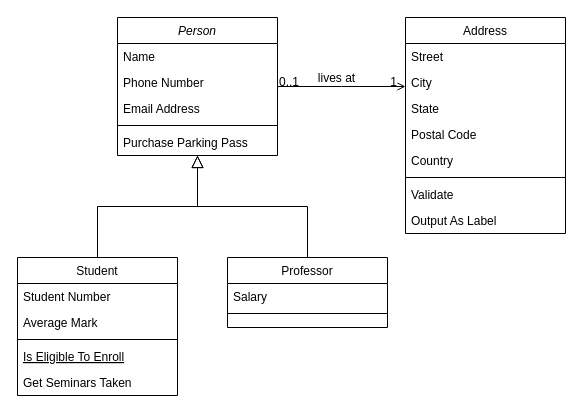
Before: FinancialAssetsApplication.drawio in mattwatts36/drawings, a draw.io diagram. Source tidied: cells renumbered, new cells numbered last; positions are measured from the earlier drawing's top-left corner, leaving out a move shared by most shapes. Both pictures are drawn from the tidied source at 100%, with x=0, y=0 at pixel (17, 17).
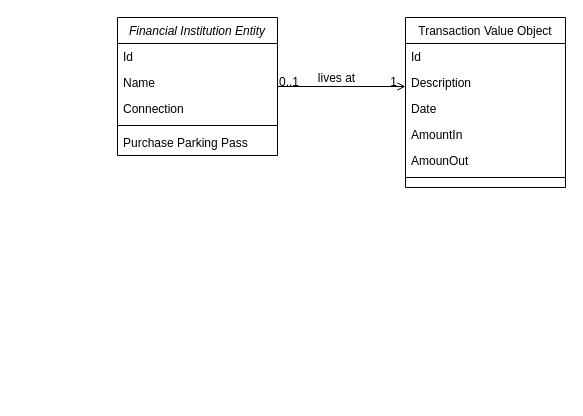
The same page after the edit.

Commit message:
Changed value out

What changed in the source:
```diff
@@
-    <mxCell id="2" value="Person" style="swimlane;fontStyle=2;align=center;verticalAlign=top;horizontal=1;startSize=26;rounded=0;shadow=0;strokeWidth=1;" parent="1" vertex="1">
+    <mxCell id="2" value="Financial Institution Entity" style="swimlane;fontStyle=2;align=center;verticalAlign=top;horizontal=1;startSize=26;rounded=0;shadow=0;strokeWidth=1;" parent="1" vertex="1">
       <mxGeometry x="100" width="160" height="138" as="geometry" />
     </mxCell>
-    <mxCell id="3" value="Name" style="text;align=left;verticalAlign=top;spacingLeft=4;spacingRight=4;overflow=hidden;" parent="2" vertex="1">
+    <mxCell id="3" value="Id" style="text;align=left;verticalAlign=top;spacingLeft=4;spacingRight=4;overflow=hidden;" parent="2" vertex="1">
       <mxGeometry y="26" width="160" height="26" as="geometry" />
     </mxCell>
-    <mxCell id="4" value="Phone Number" style="text;align=left;verticalAlign=top;spacingLeft=4;spacingRight=4;overflow=hidden;rounded=0;shadow=0;html=0;" parent="2" vertex="1">
+    <mxCell id="4" value="Name" style="text;align=left;verticalAlign=top;spacingLeft=4;spacingRight=4;overflow=hidden;rounded=0;shadow=0;html=0;" parent="2" vertex="1">
       <mxGeometry y="52" width="160" height="26" as="geometry" />
     </mxCell>
-    <mxCell id="5" value="Email Address" style="text;align=left;verticalAlign=top;spacingLeft=4;spacingRight=4;overflow=hidden;rounded=0;shadow=0;html=0;" parent="2" vertex="1">
+    <mxCell id="5" value="Connection" style="text;align=left;verticalAlign=top;spacingLeft=4;spacingRight=4;overflow=hidden;rounded=0;shadow=0;html=0;" parent="2" vertex="1">
       <mxGeometry y="78" width="160" height="26" as="geometry" />
     </mxCell>
@@
-    <mxCell id="8" value="Student" style="swimlane;fontStyle=0;align=center;verticalAlign=top;horizontal=1;startSize=26;rounded=0;shadow=0;strokeWidth=1;" parent="1" vertex="1">
-      <mxGeometry y="240" width="160" height="138" as="geometry" />
-    </mxCell>
-    <mxCell id="9" value="Student Number" style="text;align=left;verticalAlign=top;spacingLeft=4;spacingRight=4;overflow=hidden;" parent="8" vertex="1">
-      <mxGeometry y="26" width="160" height="26" as="geometry" />
-    </mxCell>
-    <mxCell id="10" value="Average Mark" style="text;align=left;verticalAlign=top;spacingLeft=4;spacingRight=4;overflow=hidden;rounded=0;shadow=0;html=0;" parent="8" vertex="1">
-      <mxGeometry y="52" width="160" height="26" as="geometry" />
-    </mxCell>
-    <mxCell id="11" style="line;html=1;strokeWidth=1;align=left;verticalAlign=middle;spacingTop=-1;spacingLeft=3;spacingRight=3;labelPosition=right;" parent="8" vertex="1">
-      <mxGeometry y="78" width="160" height="8" as="geometry" />
-    </mxCell>
-    <mxCell id="12" value="Is Eligible To Enroll" style="text;align=left;verticalAlign=top;spacingLeft=4;spacingRight=4;overflow=hidden;fontStyle=4;" parent="8" vertex="1">
-      <mxGeometry y="86" width="160" height="26" as="geometry" />
-    </mxCell>
-    <mxCell id="13" value="Get Seminars Taken" style="text;align=left;verticalAlign=top;spacingLeft=4;spacingRight=4;overflow=hidden;" parent="8" vertex="1">
-      <mxGeometry y="112" width="160" height="26" as="geometry" />
-    </mxCell>
-    <mxCell id="14" style="endArrow=block;endSize=10;endFill=0;shadow=0;strokeWidth=1;rounded=0;edgeStyle=elbowEdgeStyle;elbow=vertical;" parent="1" edge="1" source="8" target="2">
-      <mxGeometry relative="1" as="geometry" />
-    </mxCell>
-    <mxCell id="15" value="Professor" style="swimlane;fontStyle=0;align=center;verticalAlign=top;horizontal=1;startSize=26;rounded=0;shadow=0;strokeWidth=1;" parent="1" vertex="1">
-      <mxGeometry x="210" y="240" width="160" height="70" as="geometry" />
-    </mxCell>
-    <mxCell id="16" value="Salary" style="text;align=left;verticalAlign=top;spacingLeft=4;spacingRight=4;overflow=hidden;" parent="15" vertex="1">
-      <mxGeometry y="26" width="160" height="26" as="geometry" />
-    </mxCell>
-    <mxCell id="17" style="line;html=1;strokeWidth=1;align=left;verticalAlign=middle;spacingTop=-1;spacingLeft=3;spacingRight=3;labelPosition=right;" parent="15" vertex="1">
-      <mxGeometry y="52" width="160" height="8" as="geometry" />
-    </mxCell>
-    <mxCell id="18" style="endArrow=block;endSize=10;endFill=0;shadow=0;strokeWidth=1;rounded=0;edgeStyle=elbowEdgeStyle;elbow=vertical;" parent="1" edge="1" source="15" target="2">
-      <mxGeometry relative="1" as="geometry" />
-    </mxCell>
-    <mxCell id="19" value="Address" style="swimlane;fontStyle=0;align=center;verticalAlign=top;horizontal=1;startSize=26;rounded=0;shadow=0;strokeWidth=1;" parent="1" vertex="1">
-      <mxGeometry x="388" width="160" height="216" as="geometry" />
+    <mxCell id="19" value="Transaction Value Object" style="swimlane;fontStyle=0;align=center;verticalAlign=top;horizontal=1;startSize=26;rounded=0;shadow=0;strokeWidth=1;" parent="1" vertex="1">
+      <mxGeometry x="388" width="160" height="170" as="geometry" />
     </mxCell>
-    <mxCell id="20" value="Street" style="text;align=left;verticalAlign=top;spacingLeft=4;spacingRight=4;overflow=hidden;" parent="19" vertex="1">
+    <mxCell id="20" value="Id" style="text;align=left;verticalAlign=top;spacingLeft=4;spacingRight=4;overflow=hidden;" parent="19" vertex="1">
       <mxGeometry y="26" width="160" height="26" as="geometry" />
     </mxCell>
-    <mxCell id="21" value="City" style="text;align=left;verticalAlign=top;spacingLeft=4;spacingRight=4;overflow=hidden;rounded=0;shadow=0;html=0;" parent="19" vertex="1">
+    <mxCell id="21" value="Description" style="text;align=left;verticalAlign=top;spacingLeft=4;spacingRight=4;overflow=hidden;rounded=0;shadow=0;html=0;" parent="19" vertex="1">
       <mxGeometry y="52" width="160" height="26" as="geometry" />
     </mxCell>
-    <mxCell id="22" value="State" style="text;align=left;verticalAlign=top;spacingLeft=4;spacingRight=4;overflow=hidden;rounded=0;shadow=0;html=0;" parent="19" vertex="1">
+    <mxCell id="22" value="Date" style="text;align=left;verticalAlign=top;spacingLeft=4;spacingRight=4;overflow=hidden;rounded=0;shadow=0;html=0;" parent="19" vertex="1">
       <mxGeometry y="78" width="160" height="26" as="geometry" />
     </mxCell>
-    <mxCell id="23" value="Postal Code" style="text;align=left;verticalAlign=top;spacingLeft=4;spacingRight=4;overflow=hidden;rounded=0;shadow=0;html=0;" parent="19" vertex="1">
+    <mxCell id="23" value="AmountIn" style="text;align=left;verticalAlign=top;spacingLeft=4;spacingRight=4;overflow=hidden;rounded=0;shadow=0;html=0;" parent="19" vertex="1">
       <mxGeometry y="104" width="160" height="26" as="geometry" />
     </mxCell>
-    <mxCell id="24" value="Country" style="text;align=left;verticalAlign=top;spacingLeft=4;spacingRight=4;overflow=hidden;rounded=0;shadow=0;html=0;" parent="19" vertex="1">
+    <mxCell id="24" value="AmounOut" style="text;align=left;verticalAlign=top;spacingLeft=4;spacingRight=4;overflow=hidden;rounded=0;shadow=0;html=0;" parent="19" vertex="1">
       <mxGeometry y="130" width="160" height="26" as="geometry" />
     </mxCell>
@@
-    <mxCell id="26" value="Validate" style="text;align=left;verticalAlign=top;spacingLeft=4;spacingRight=4;overflow=hidden;" parent="19" vertex="1">
-      <mxGeometry y="164" width="160" height="26" as="geometry" />
-    </mxCell>
-    <mxCell id="27" value="Output As Label" style="text;align=left;verticalAlign=top;spacingLeft=4;spacingRight=4;overflow=hidden;" parent="19" vertex="1">
-      <mxGeometry y="190" width="160" height="26" as="geometry" />
-    </mxCell>
```
